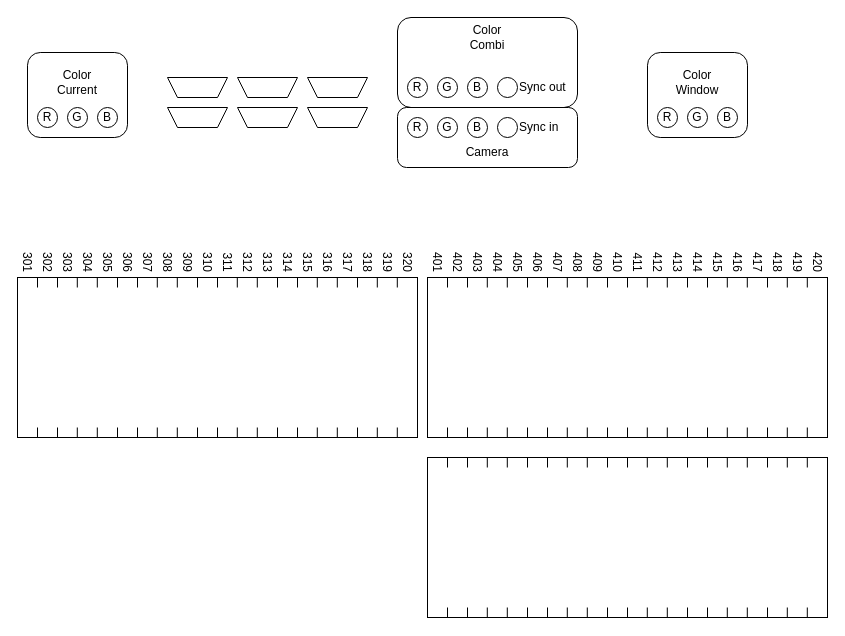
This is hardware/Aesthedes 2 HW.drawio from egueli/Aesthedes-notes, a draw.io file, before an edit. Source tidied: cells renumbered, new cells numbered last; positions are measured from the earlier drawing's top-left corner, leaving out a move shared by most shapes. Both pictures are drawn from the tidied source at 100%, with x=0, y=0 at pixel (12, 17).
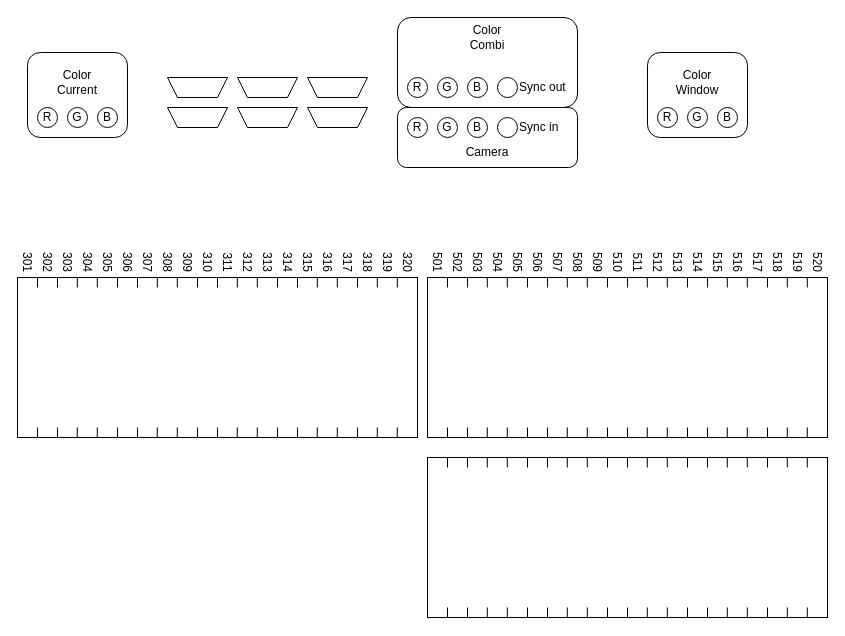
The same page after the edit.

Commit message:
fix slot numbers

The edit, as a diff of the source:
```diff
@@
-    <mxCell id="172" value="&lt;div&gt;401&lt;/div&gt;" style="text;html=1;whiteSpace=wrap;strokeColor=none;fillColor=none;align=center;verticalAlign=middle;rounded=0;rotation=90;" parent="1" vertex="1">
+    <mxCell id="172" value="&lt;div&gt;501&lt;/div&gt;" style="text;html=1;whiteSpace=wrap;strokeColor=none;fillColor=none;align=center;verticalAlign=middle;rounded=0;rotation=90;" parent="1" vertex="1">
       <mxGeometry x="410" y="235" width="30" height="20" as="geometry" />
     </mxCell>
-    <mxCell id="173" value="&lt;div&gt;402&lt;/div&gt;" style="text;html=1;whiteSpace=wrap;strokeColor=none;fillColor=none;align=center;verticalAlign=middle;rounded=0;rotation=90;" parent="1" vertex="1">
+    <mxCell id="173" value="&lt;div&gt;502&lt;/div&gt;" style="text;html=1;whiteSpace=wrap;strokeColor=none;fillColor=none;align=center;verticalAlign=middle;rounded=0;rotation=90;" parent="1" vertex="1">
       <mxGeometry x="430" y="235" width="30" height="20" as="geometry" />
     </mxCell>
-    <mxCell id="174" value="&lt;div&gt;404&lt;/div&gt;" style="text;html=1;whiteSpace=wrap;strokeColor=none;fillColor=none;align=center;verticalAlign=middle;rounded=0;rotation=90;" parent="1" vertex="1">
+    <mxCell id="174" value="&lt;div&gt;504&lt;/div&gt;" style="text;html=1;whiteSpace=wrap;strokeColor=none;fillColor=none;align=center;verticalAlign=middle;rounded=0;rotation=90;" parent="1" vertex="1">
       <mxGeometry x="470" y="235" width="30" height="20" as="geometry" />
     </mxCell>
-    <mxCell id="175" value="&lt;div&gt;403&lt;/div&gt;" style="text;html=1;whiteSpace=wrap;strokeColor=none;fillColor=none;align=center;verticalAlign=middle;rounded=0;rotation=90;" parent="1" vertex="1">
+    <mxCell id="175" value="&lt;div&gt;503&lt;/div&gt;" style="text;html=1;whiteSpace=wrap;strokeColor=none;fillColor=none;align=center;verticalAlign=middle;rounded=0;rotation=90;" parent="1" vertex="1">
       <mxGeometry x="450" y="235" width="30" height="20" as="geometry" />
     </mxCell>
-    <mxCell id="176" value="&lt;div&gt;405&lt;/div&gt;" style="text;html=1;whiteSpace=wrap;strokeColor=none;fillColor=none;align=center;verticalAlign=middle;rounded=0;rotation=90;" parent="1" vertex="1">
+    <mxCell id="176" value="&lt;div&gt;505&lt;/div&gt;" style="text;html=1;whiteSpace=wrap;strokeColor=none;fillColor=none;align=center;verticalAlign=middle;rounded=0;rotation=90;" parent="1" vertex="1">
       <mxGeometry x="490" y="235" width="30" height="20" as="geometry" />
     </mxCell>
-    <mxCell id="177" value="&lt;div&gt;406&lt;/div&gt;" style="text;html=1;whiteSpace=wrap;strokeColor=none;fillColor=none;align=center;verticalAlign=middle;rounded=0;rotation=90;" parent="1" vertex="1">
+    <mxCell id="177" value="&lt;div&gt;506&lt;/div&gt;" style="text;html=1;whiteSpace=wrap;strokeColor=none;fillColor=none;align=center;verticalAlign=middle;rounded=0;rotation=90;" parent="1" vertex="1">
       <mxGeometry x="510" y="235" width="30" height="20" as="geometry" />
     </mxCell>
-    <mxCell id="178" value="&lt;div&gt;408&lt;/div&gt;" style="text;html=1;whiteSpace=wrap;strokeColor=none;fillColor=none;align=center;verticalAlign=middle;rounded=0;rotation=90;" parent="1" vertex="1">
+    <mxCell id="178" value="&lt;div&gt;508&lt;/div&gt;" style="text;html=1;whiteSpace=wrap;strokeColor=none;fillColor=none;align=center;verticalAlign=middle;rounded=0;rotation=90;" parent="1" vertex="1">
       <mxGeometry x="550" y="235" width="30" height="20" as="geometry" />
     </mxCell>
-    <mxCell id="179" value="&lt;div&gt;407&lt;/div&gt;" style="text;html=1;whiteSpace=wrap;strokeColor=none;fillColor=none;align=center;verticalAlign=middle;rounded=0;rotation=90;" parent="1" vertex="1">
+    <mxCell id="179" value="&lt;div&gt;507&lt;/div&gt;" style="text;html=1;whiteSpace=wrap;strokeColor=none;fillColor=none;align=center;verticalAlign=middle;rounded=0;rotation=90;" parent="1" vertex="1">
       <mxGeometry x="530" y="235" width="30" height="20" as="geometry" />
     </mxCell>
-    <mxCell id="180" value="&lt;div&gt;409&lt;/div&gt;" style="text;html=1;whiteSpace=wrap;strokeColor=none;fillColor=none;align=center;verticalAlign=middle;rounded=0;rotation=90;" parent="1" vertex="1">
+    <mxCell id="180" value="&lt;div&gt;509&lt;/div&gt;" style="text;html=1;whiteSpace=wrap;strokeColor=none;fillColor=none;align=center;verticalAlign=middle;rounded=0;rotation=90;" parent="1" vertex="1">
       <mxGeometry x="570" y="235" width="30" height="20" as="geometry" />
     </mxCell>
-    <mxCell id="181" value="&lt;div&gt;410&lt;/div&gt;" style="text;html=1;whiteSpace=wrap;strokeColor=none;fillColor=none;align=center;verticalAlign=middle;rounded=0;rotation=90;" parent="1" vertex="1">
+    <mxCell id="181" value="&lt;div&gt;510&lt;/div&gt;" style="text;html=1;whiteSpace=wrap;strokeColor=none;fillColor=none;align=center;verticalAlign=middle;rounded=0;rotation=90;" parent="1" vertex="1">
       <mxGeometry x="590" y="235" width="30" height="20" as="geometry" />
     </mxCell>
-    <mxCell id="182" value="&lt;div&gt;412&lt;/div&gt;" style="text;html=1;whiteSpace=wrap;strokeColor=none;fillColor=none;align=center;verticalAlign=middle;rounded=0;rotation=90;" parent="1" vertex="1">
+    <mxCell id="182" value="&lt;div&gt;512&lt;/div&gt;" style="text;html=1;whiteSpace=wrap;strokeColor=none;fillColor=none;align=center;verticalAlign=middle;rounded=0;rotation=90;" parent="1" vertex="1">
       <mxGeometry x="630" y="235" width="30" height="20" as="geometry" />
     </mxCell>
-    <mxCell id="183" value="&lt;div&gt;411&lt;/div&gt;" style="text;html=1;whiteSpace=wrap;strokeColor=none;fillColor=none;align=center;verticalAlign=middle;rounded=0;rotation=90;" parent="1" vertex="1">
+    <mxCell id="183" value="&lt;div&gt;511&lt;/div&gt;" style="text;html=1;whiteSpace=wrap;strokeColor=none;fillColor=none;align=center;verticalAlign=middle;rounded=0;rotation=90;" parent="1" vertex="1">
       <mxGeometry x="610" y="235" width="30" height="20" as="geometry" />
     </mxCell>
-    <mxCell id="184" value="&lt;div&gt;413&lt;/div&gt;" style="text;html=1;whiteSpace=wrap;strokeColor=none;fillColor=none;align=center;verticalAlign=middle;rounded=0;rotation=90;" parent="1" vertex="1">
+    <mxCell id="184" value="&lt;div&gt;513&lt;/div&gt;" style="text;html=1;whiteSpace=wrap;strokeColor=none;fillColor=none;align=center;verticalAlign=middle;rounded=0;rotation=90;" parent="1" vertex="1">
       <mxGeometry x="650" y="235" width="30" height="20" as="geometry" />
     </mxCell>
-    <mxCell id="185" value="&lt;div&gt;414&lt;/div&gt;" style="text;html=1;whiteSpace=wrap;strokeColor=none;fillColor=none;align=center;verticalAlign=middle;rounded=0;rotation=90;" parent="1" vertex="1">
+    <mxCell id="185" value="&lt;div&gt;514&lt;/div&gt;" style="text;html=1;whiteSpace=wrap;strokeColor=none;fillColor=none;align=center;verticalAlign=middle;rounded=0;rotation=90;" parent="1" vertex="1">
       <mxGeometry x="670" y="235" width="30" height="20" as="geometry" />
     </mxCell>
-    <mxCell id="186" value="&lt;div&gt;416&lt;/div&gt;" style="text;html=1;whiteSpace=wrap;strokeColor=none;fillColor=none;align=center;verticalAlign=middle;rounded=0;rotation=90;" parent="1" vertex="1">
+    <mxCell id="186" value="&lt;div&gt;516&lt;/div&gt;" style="text;html=1;whiteSpace=wrap;strokeColor=none;fillColor=none;align=center;verticalAlign=middle;rounded=0;rotation=90;" parent="1" vertex="1">
       <mxGeometry x="710" y="235" width="30" height="20" as="geometry" />
     </mxCell>
-    <mxCell id="187" value="&lt;div&gt;415&lt;/div&gt;" style="text;html=1;whiteSpace=wrap;strokeColor=none;fillColor=none;align=center;verticalAlign=middle;rounded=0;rotation=90;" parent="1" vertex="1">
+    <mxCell id="187" value="&lt;div&gt;515&lt;/div&gt;" style="text;html=1;whiteSpace=wrap;strokeColor=none;fillColor=none;align=center;verticalAlign=middle;rounded=0;rotation=90;" parent="1" vertex="1">
       <mxGeometry x="690" y="235" width="30" height="20" as="geometry" />
     </mxCell>
-    <mxCell id="188" value="&lt;div&gt;420&lt;/div&gt;" style="text;html=1;whiteSpace=wrap;strokeColor=none;fillColor=none;align=center;verticalAlign=middle;rounded=0;rotation=90;" parent="1" vertex="1">
+    <mxCell id="188" value="&lt;div&gt;520&lt;/div&gt;" style="text;html=1;whiteSpace=wrap;strokeColor=none;fillColor=none;align=center;verticalAlign=middle;rounded=0;rotation=90;" parent="1" vertex="1">
       <mxGeometry x="790" y="235" width="30" height="20" as="geometry" />
     </mxCell>
-    <mxCell id="189" value="&lt;div&gt;419&lt;/div&gt;" style="text;html=1;whiteSpace=wrap;strokeColor=none;fillColor=none;align=center;verticalAlign=middle;rounded=0;rotation=90;" parent="1" vertex="1">
+    <mxCell id="189" value="&lt;div&gt;519&lt;/div&gt;" style="text;html=1;whiteSpace=wrap;strokeColor=none;fillColor=none;align=center;verticalAlign=middle;rounded=0;rotation=90;" parent="1" vertex="1">
       <mxGeometry x="770" y="235" width="30" height="20" as="geometry" />
     </mxCell>
-    <mxCell id="190" value="&lt;div&gt;418&lt;/div&gt;" style="text;html=1;whiteSpace=wrap;strokeColor=none;fillColor=none;align=center;verticalAlign=middle;rounded=0;rotation=90;" parent="1" vertex="1">
+    <mxCell id="190" value="&lt;div&gt;518&lt;/div&gt;" style="text;html=1;whiteSpace=wrap;strokeColor=none;fillColor=none;align=center;verticalAlign=middle;rounded=0;rotation=90;" parent="1" vertex="1">
       <mxGeometry x="750" y="235" width="30" height="20" as="geometry" />
     </mxCell>
-    <mxCell id="191" value="&lt;div&gt;417&lt;/div&gt;" style="text;html=1;whiteSpace=wrap;strokeColor=none;fillColor=none;align=center;verticalAlign=middle;rounded=0;rotation=90;" parent="1" vertex="1">
+    <mxCell id="191" value="&lt;div&gt;517&lt;/div&gt;" style="text;html=1;whiteSpace=wrap;strokeColor=none;fillColor=none;align=center;verticalAlign=middle;rounded=0;rotation=90;" parent="1" vertex="1">
       <mxGeometry x="730" y="235" width="30" height="20" as="geometry" />
     </mxCell>
```
